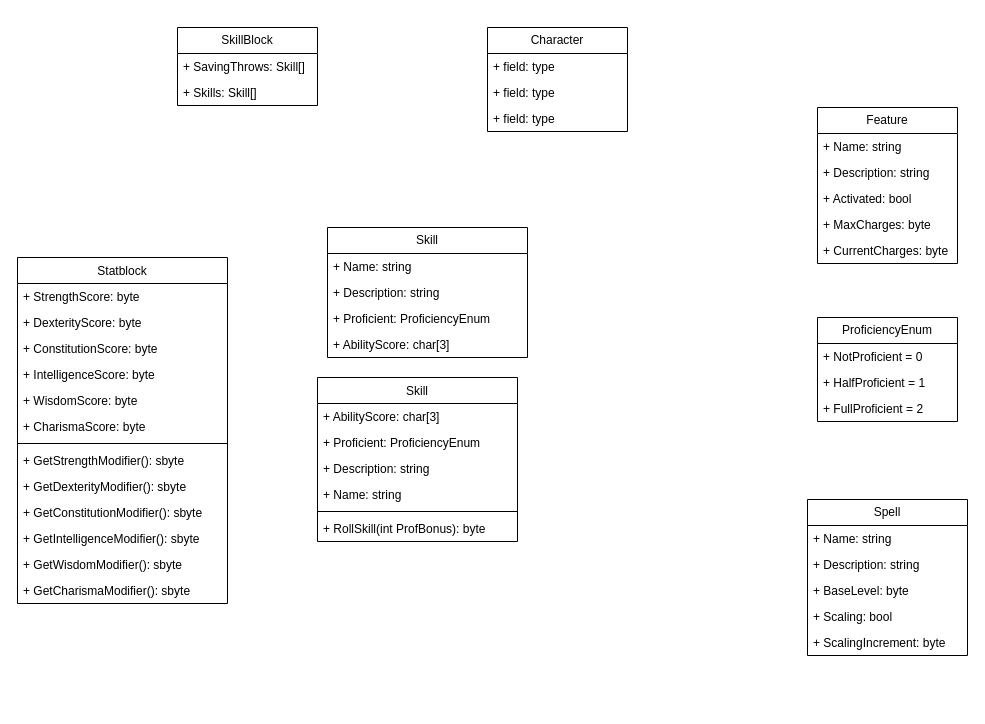
This is page "Character Model UML" (5 of 5) of Documentation/DiagramCollection.drawio from thedragonluvver/DnDCharacterManager, a draw.io file, before an edit. Source tidied: cells renumbered, new cells numbered last; positions are measured from the earlier drawing's top-left corner, leaving out a move shared by most shapes. Both pictures are drawn from the tidied source at 100%, with x=0, y=0 at pixel (17, 27).
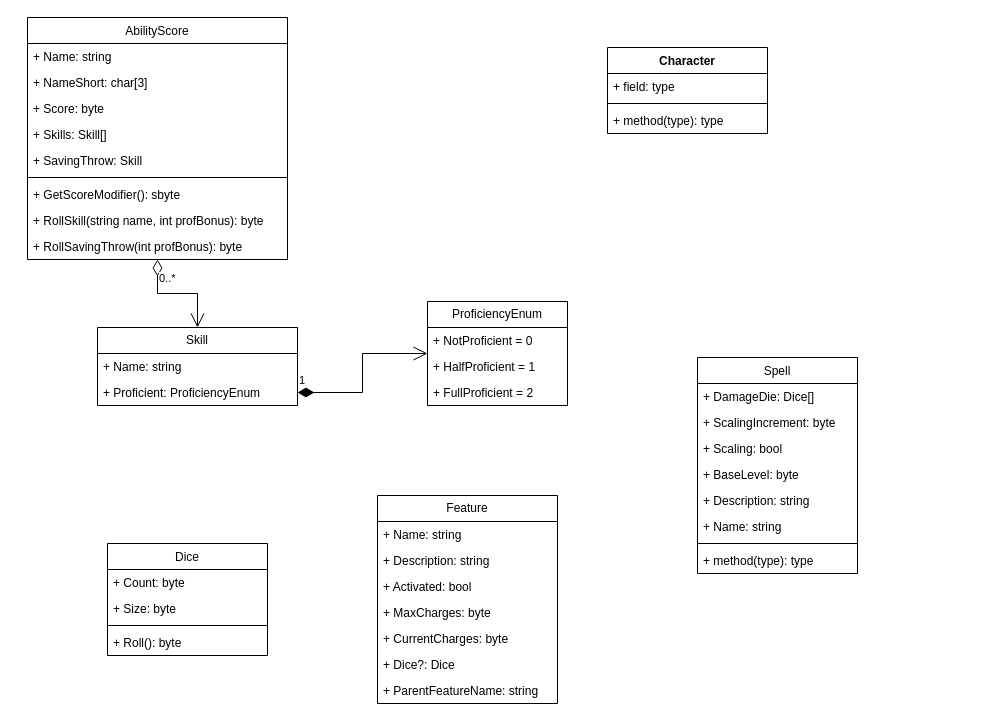
After the change.

Commit message:
modify feature, move skills into ability score object, create dice

What changed in the source:
```diff
@@
-    <mxCell id="2" value="Character" style="swimlane;fontStyle=0;horizontal=1;startSize=26;fillColor=none;whiteSpace=wrap;html=1;" parent="1" vertex="1">
-      <mxGeometry x="470" width="140" height="104" as="geometry" />
-    </mxCell>
-    <mxCell id="3" value="+ field: type" style="text;strokeColor=none;fillColor=none;align=left;verticalAlign=top;spacingLeft=4;spacingRight=4;overflow=hidden;whiteSpace=wrap;html=1;" parent="2" vertex="1">
-      <mxGeometry y="26" width="140" height="26" as="geometry" />
-    </mxCell>
-    <mxCell id="4" value="+ field: type" style="text;strokeColor=none;fillColor=none;align=left;verticalAlign=top;spacingLeft=4;spacingRight=4;overflow=hidden;whiteSpace=wrap;html=1;" parent="2" vertex="1">
-      <mxGeometry y="52" width="140" height="26" as="geometry" />
-    </mxCell>
-    <mxCell id="5" value="+ field: type" style="text;strokeColor=none;fillColor=none;align=left;verticalAlign=top;spacingLeft=4;spacingRight=4;overflow=hidden;whiteSpace=wrap;html=1;" parent="2" vertex="1">
-      <mxGeometry y="78" width="140" height="26" as="geometry" />
-    </mxCell>
     <mxCell id="6" value="Feature" style="swimlane;fontStyle=0;horizontal=1;startSize=26;fillColor=none;whiteSpace=wrap;html=1;" parent="1" vertex="1">
-      <mxGeometry x="800" y="80" width="140" height="156" as="geometry" />
+      <mxGeometry x="360" y="468" width="180" height="208" as="geometry" />
     </mxCell>
     <mxCell id="7" value="+ Name: string" style="text;strokeColor=none;fillColor=none;align=left;verticalAlign=top;spacingLeft=4;spacingRight=4;overflow=hidden;whiteSpace=wrap;html=1;" parent="6" vertex="1">
-      <mxGeometry y="26" width="140" height="26" as="geometry" />
+      <mxGeometry y="26" width="180" height="26" as="geometry" />
     </mxCell>
     <mxCell id="8" value="+ Description: string" style="text;strokeColor=none;fillColor=none;align=left;verticalAlign=top;spacingLeft=4;spacingRight=4;overflow=hidden;whiteSpace=wrap;html=1;" parent="6" vertex="1">
-      <mxGeometry y="52" width="140" height="26" as="geometry" />
+      <mxGeometry y="52" width="180" height="26" as="geometry" />
     </mxCell>
     <mxCell id="9" value="+ Activated: bool" style="text;strokeColor=none;fillColor=none;align=left;verticalAlign=top;spacingLeft=4;spacingRight=4;overflow=hidden;whiteSpace=wrap;html=1;" parent="6" vertex="1">
-      <mxGeometry y="78" width="140" height="26" as="geometry" />
+      <mxGeometry y="78" width="180" height="26" as="geometry" />
     </mxCell>
     <mxCell id="10" value="+ MaxCharges: byte" style="text;strokeColor=none;fillColor=none;align=left;verticalAlign=top;spacingLeft=4;spacingRight=4;overflow=hidden;whiteSpace=wrap;html=1;" parent="6" vertex="1">
-      <mxGeometry y="104" width="140" height="26" as="geometry" />
+      <mxGeometry y="104" width="180" height="26" as="geometry" />
     </mxCell>
     <mxCell id="11" value="+ CurrentCharges: byte" style="text;strokeColor=none;fillColor=none;align=left;verticalAlign=top;spacingLeft=4;spacingRight=4;overflow=hidden;whiteSpace=wrap;html=1;" parent="6" vertex="1">
-      <mxGeometry y="130" width="140" height="26" as="geometry" />
+      <mxGeometry y="130" width="180" height="26" as="geometry" />
     </mxCell>
-    <mxCell id="12" value="&lt;span style=&quot;font-weight: normal;&quot;&gt;Statblock&lt;/span&gt;" style="swimlane;fontStyle=1;align=center;verticalAlign=top;horizontal=1;startSize=26;whiteSpace=wrap;html=1;" parent="1" vertex="1">
-      <mxGeometry y="230" width="210" height="346" as="geometry" />
-    </mxCell>
-    <mxCell id="13" value="+ StrengthScore: byte" style="text;strokeColor=none;fillColor=none;align=left;verticalAlign=top;spacingLeft=4;spacingRight=4;overflow=hidden;whiteSpace=wrap;html=1;" parent="12" vertex="1">
-      <mxGeometry y="26" width="210" height="26" as="geometry" />
-    </mxCell>
-    <mxCell id="14" value="+ DexterityScore: byte" style="text;strokeColor=none;fillColor=none;align=left;verticalAlign=top;spacingLeft=4;spacingRight=4;overflow=hidden;whiteSpace=wrap;html=1;" parent="12" vertex="1">
-      <mxGeometry y="52" width="210" height="26" as="geometry" />
-    </mxCell>
-    <mxCell id="15" value="+ ConstitutionScore: byte" style="text;strokeColor=none;fillColor=none;align=left;verticalAlign=top;spacingLeft=4;spacingRight=4;overflow=hidden;whiteSpace=wrap;html=1;" parent="12" vertex="1">
-      <mxGeometry y="78" width="210" height="26" as="geometry" />
-    </mxCell>
-    <mxCell id="16" value="+ IntelligenceScore: byte" style="text;strokeColor=none;fillColor=none;align=left;verticalAlign=top;spacingLeft=4;spacingRight=4;overflow=hidden;whiteSpace=wrap;html=1;" parent="12" vertex="1">
-      <mxGeometry y="104" width="210" height="26" as="geometry" />
-    </mxCell>
-    <mxCell id="17" value="+ WisdomScore: byte" style="text;strokeColor=none;fillColor=none;align=left;verticalAlign=top;spacingLeft=4;spacingRight=4;overflow=hidden;whiteSpace=wrap;html=1;" parent="12" vertex="1">
-      <mxGeometry y="130" width="210" height="26" as="geometry" />
-    </mxCell>
-    <mxCell id="18" value="+ CharismaScore: byte" style="text;strokeColor=none;fillColor=none;align=left;verticalAlign=top;spacingLeft=4;spacingRight=4;overflow=hidden;whiteSpace=wrap;html=1;" parent="12" vertex="1">
-      <mxGeometry y="156" width="210" height="26" as="geometry" />
-    </mxCell>
-    <mxCell id="19" style="line;strokeWidth=1;fillColor=none;align=left;verticalAlign=middle;spacingTop=-1;spacingLeft=3;spacingRight=3;labelPosition=right;strokeColor=inherit;" parent="12" vertex="1">
-      <mxGeometry y="182" width="210" height="8" as="geometry" />
-    </mxCell>
-    <mxCell id="20" value="+ GetStrengthModifier(): sbyte" style="text;strokeColor=none;fillColor=none;align=left;verticalAlign=top;spacingLeft=4;spacingRight=4;overflow=hidden;whiteSpace=wrap;html=1;" parent="12" vertex="1">
-      <mxGeometry y="190" width="210" height="26" as="geometry" />
-    </mxCell>
-    <mxCell id="21" value="+ GetDexterityModifier(): sbyte" style="text;strokeColor=none;fillColor=none;align=left;verticalAlign=top;spacingLeft=4;spacingRight=4;overflow=hidden;whiteSpace=wrap;html=1;" parent="12" vertex="1">
-      <mxGeometry y="216" width="210" height="26" as="geometry" />
-    </mxCell>
-    <mxCell id="22" value="+ GetConstitutionModifier(): sbyte" style="text;strokeColor=none;fillColor=none;align=left;verticalAlign=top;spacingLeft=4;spacingRight=4;overflow=hidden;whiteSpace=wrap;html=1;" parent="12" vertex="1">
-      <mxGeometry y="242" width="210" height="26" as="geometry" />
-    </mxCell>
-    <mxCell id="23" value="+ GetIntelligenceModifier(): sbyte" style="text;strokeColor=none;fillColor=none;align=left;verticalAlign=top;spacingLeft=4;spacingRight=4;overflow=hidden;whiteSpace=wrap;html=1;" parent="12" vertex="1">
-      <mxGeometry y="268" width="210" height="26" as="geometry" />
-    </mxCell>
-    <mxCell id="24" value="+ GetWisdomModifier(): sbyte" style="text;strokeColor=none;fillColor=none;align=left;verticalAlign=top;spacingLeft=4;spacingRight=4;overflow=hidden;whiteSpace=wrap;html=1;" parent="12" vertex="1">
-      <mxGeometry y="294" width="210" height="26" as="geometry" />
-    </mxCell>
-    <mxCell id="25" value="+ GetCharismaModifier(): sbyte" style="text;strokeColor=none;fillColor=none;align=left;verticalAlign=top;spacingLeft=4;spacingRight=4;overflow=hidden;whiteSpace=wrap;html=1;" parent="12" vertex="1">
-      <mxGeometry y="320" width="210" height="26" as="geometry" />
-    </mxCell>
+    <mxCell id="51" value="+ Dice?: Dice" style="text;strokeColor=none;fillColor=none;align=left;verticalAlign=top;spacingLeft=4;spacingRight=4;overflow=hidden;whiteSpace=wrap;html=1;" parent="6" vertex="1">
+      <mxGeometry y="156" width="180" height="26" as="geometry" />
+    </mxCell>
+    <mxCell id="52" value="+ ParentFeatureName: string" style="text;strokeColor=none;fillColor=none;align=left;verticalAlign=top;spacingLeft=4;spacingRight=4;overflow=hidden;whiteSpace=wrap;html=1;" parent="6" vertex="1">
+      <mxGeometry y="182" width="180" height="26" as="geometry" />
+    </mxCell>
     <mxCell id="26" value="ProficiencyEnum" style="swimlane;fontStyle=0;horizontal=1;startSize=26;fillColor=none;whiteSpace=wrap;html=1;" parent="1" vertex="1">
-      <mxGeometry x="800" y="290" width="140" height="104" as="geometry" />
+      <mxGeometry x="410" y="274" width="140" height="104" as="geometry" />
     </mxCell>
@@
-    <mxCell id="30" value="Spell" style="swimlane;fontStyle=0;horizontal=1;startSize=26;fillColor=none;whiteSpace=wrap;html=1;" parent="1" vertex="1">
-      <mxGeometry x="790" y="472" width="160" height="156" as="geometry" />
-    </mxCell>
-    <mxCell id="31" value="+ Name: string" style="text;strokeColor=none;fillColor=none;align=left;verticalAlign=top;spacingLeft=4;spacingRight=4;overflow=hidden;whiteSpace=wrap;html=1;" parent="30" vertex="1">
-      <mxGeometry y="26" width="160" height="26" as="geometry" />
-    </mxCell>
-    <mxCell id="32" value="+ Description: string" style="text;strokeColor=none;fillColor=none;align=left;verticalAlign=top;spacingLeft=4;spacingRight=4;overflow=hidden;whiteSpace=wrap;html=1;" parent="30" vertex="1">
-      <mxGeometry y="52" width="160" height="26" as="geometry" />
-    </mxCell>
-    <mxCell id="33" value="+ BaseLevel: byte" style="text;strokeColor=none;fillColor=none;align=left;verticalAlign=top;spacingLeft=4;spacingRight=4;overflow=hidden;whiteSpace=wrap;html=1;" parent="30" vertex="1">
-      <mxGeometry y="78" width="160" height="26" as="geometry" />
-    </mxCell>
-    <mxCell id="34" value="+ Scaling: bool" style="text;strokeColor=none;fillColor=none;align=left;verticalAlign=top;spacingLeft=4;spacingRight=4;overflow=hidden;whiteSpace=wrap;html=1;" parent="30" vertex="1">
-      <mxGeometry y="104" width="160" height="26" as="geometry" />
-    </mxCell>
-    <mxCell id="35" value="+ ScalingIncrement: byte" style="text;strokeColor=none;fillColor=none;align=left;verticalAlign=top;spacingLeft=4;spacingRight=4;overflow=hidden;whiteSpace=wrap;html=1;" parent="30" vertex="1">
-      <mxGeometry y="130" width="160" height="26" as="geometry" />
-    </mxCell>
     <mxCell id="36" value="Skill" style="swimlane;fontStyle=0;horizontal=1;startSize=26;fillColor=none;whiteSpace=wrap;html=1;" parent="1" vertex="1">
-      <mxGeometry x="310" y="200" width="200" height="130" as="geometry" />
+      <mxGeometry x="80" y="300" width="200" height="78" as="geometry" />
     </mxCell>
@@
-    <mxCell id="38" value="+ Description: string" style="text;strokeColor=none;fillColor=none;align=left;verticalAlign=top;spacingLeft=4;spacingRight=4;overflow=hidden;whiteSpace=wrap;html=1;" parent="36" vertex="1">
-      <mxGeometry y="52" width="200" height="26" as="geometry" />
-    </mxCell>
     <mxCell id="39" value="+ Proficient: ProficiencyEnum" style="text;strokeColor=none;fillColor=none;align=left;verticalAlign=top;spacingLeft=4;spacingRight=4;overflow=hidden;points=[[0,0.5],[1,0.5]];portConstraint=eastwest;whiteSpace=wrap;html=1;" parent="36" vertex="1">
-      <mxGeometry y="78" width="200" height="26" as="geometry" />
+      <mxGeometry y="52" width="200" height="26" as="geometry" />
     </mxCell>
-    <mxCell id="40" value="+ AbilityScore: char[3]" style="text;strokeColor=none;fillColor=none;align=left;verticalAlign=top;spacingLeft=4;spacingRight=4;overflow=hidden;whiteSpace=wrap;html=1;" parent="36" vertex="1">
-      <mxGeometry y="104" width="200" height="26" as="geometry" />
-    </mxCell>
-    <mxCell id="41" value="SkillBlock" style="swimlane;fontStyle=0;horizontal=1;startSize=26;fillColor=none;whiteSpace=wrap;html=1;" parent="1" vertex="1">
-      <mxGeometry x="160" width="140" height="78" as="geometry" />
-    </mxCell>
-    <mxCell id="42" value="+ SavingThrows: Skill[]" style="text;strokeColor=none;fillColor=none;align=left;verticalAlign=top;spacingLeft=4;spacingRight=4;overflow=hidden;whiteSpace=wrap;html=1;" parent="41" vertex="1">
-      <mxGeometry y="26" width="140" height="26" as="geometry" />
-    </mxCell>
+    <mxCell id="53" value="&lt;span style=&quot;font-weight: normal;&quot;&gt;AbilityScore&lt;/span&gt;" style="swimlane;fontStyle=1;align=center;verticalAlign=top;horizontal=1;startSize=26;whiteSpace=wrap;html=1;" parent="1" vertex="1">
+      <mxGeometry x="10" y="-10" width="260" height="242" as="geometry" />
+    </mxCell>
+    <mxCell id="54" value="+ Name: string" style="text;strokeColor=none;fillColor=none;align=left;verticalAlign=top;spacingLeft=4;spacingRight=4;overflow=hidden;whiteSpace=wrap;html=1;" parent="53" vertex="1">
+      <mxGeometry y="26" width="260" height="26" as="geometry" />
+    </mxCell>
+    <mxCell id="55" value="+ NameShort: char[3]" style="text;strokeColor=none;fillColor=none;align=left;verticalAlign=top;spacingLeft=4;spacingRight=4;overflow=hidden;whiteSpace=wrap;html=1;" parent="53" vertex="1">
+      <mxGeometry y="52" width="260" height="26" as="geometry" />
+    </mxCell>
+    <mxCell id="56" value="+ Score: byte" style="text;strokeColor=none;fillColor=none;align=left;verticalAlign=top;spacingLeft=4;spacingRight=4;overflow=hidden;whiteSpace=wrap;html=1;" parent="53" vertex="1">
+      <mxGeometry y="78" width="260" height="26" as="geometry" />
+    </mxCell>
-    <mxCell id="43" value="+ Skills: Skill[]" style="text;strokeColor=none;fillColor=none;align=left;verticalAlign=top;spacingLeft=4;spacingRight=4;overflow=hidden;whiteSpace=wrap;html=1;" parent="41" vertex="1">
-      <mxGeometry y="52" width="140" height="26" as="geometry" />
+    <mxCell id="43" value="+ Skills: Skill[]" style="text;strokeColor=none;fillColor=none;align=left;verticalAlign=top;spacingLeft=4;spacingRight=4;overflow=hidden;whiteSpace=wrap;html=1;" parent="53" vertex="1">
+      <mxGeometry y="104" width="260" height="26" as="geometry" />
     </mxCell>
-    <mxCell id="44" value="&lt;span style=&quot;font-weight: normal;&quot;&gt;Skill&lt;/span&gt;" style="swimlane;fontStyle=1;align=center;verticalAlign=top;horizontal=1;startSize=26;whiteSpace=wrap;html=1;" parent="1" vertex="1">
-      <mxGeometry x="300" y="350" width="200" height="164" as="geometry" />
-    </mxCell>
-    <mxCell id="45" value="+ AbilityScore: char[3]" style="text;strokeColor=none;fillColor=none;align=left;verticalAlign=top;spacingLeft=4;spacingRight=4;overflow=hidden;whiteSpace=wrap;html=1;" parent="44" vertex="1">
-      <mxGeometry y="26" width="200" height="26" as="geometry" />
-    </mxCell>
-    <mxCell id="46" value="+ Proficient: ProficiencyEnum" style="text;strokeColor=none;fillColor=none;align=left;verticalAlign=top;spacingLeft=4;spacingRight=4;overflow=hidden;whiteSpace=wrap;html=1;" parent="44" vertex="1">
-      <mxGeometry y="52" width="200" height="26" as="geometry" />
-    </mxCell>
-    <mxCell id="47" value="+ Description: string" style="text;strokeColor=none;fillColor=none;align=left;verticalAlign=top;spacingLeft=4;spacingRight=4;overflow=hidden;whiteSpace=wrap;html=1;" parent="44" vertex="1">
-      <mxGeometry y="78" width="200" height="26" as="geometry" />
-    </mxCell>
-    <mxCell id="48" value="+ Name: string" style="text;strokeColor=none;fillColor=none;align=left;verticalAlign=top;spacingLeft=4;spacingRight=4;overflow=hidden;whiteSpace=wrap;html=1;" parent="44" vertex="1">
-      <mxGeometry y="104" width="200" height="26" as="geometry" />
-    </mxCell>
-    <mxCell id="49" style="line;strokeWidth=1;fillColor=none;align=left;verticalAlign=middle;spacingTop=-1;spacingLeft=3;spacingRight=3;labelPosition=right;strokeColor=inherit;" parent="44" vertex="1">
-      <mxGeometry y="130" width="200" height="8" as="geometry" />
-    </mxCell>
+    <mxCell id="57" value="+ SavingThrow: Skill" style="text;strokeColor=none;fillColor=none;align=left;verticalAlign=top;spacingLeft=4;spacingRight=4;overflow=hidden;whiteSpace=wrap;html=1;" parent="53" vertex="1">
+      <mxGeometry y="130" width="260" height="26" as="geometry" />
+    </mxCell>
+    <mxCell id="58" style="line;strokeWidth=1;fillColor=none;align=left;verticalAlign=middle;spacingTop=-1;spacingLeft=3;spacingRight=3;labelPosition=right;strokeColor=inherit;" parent="53" vertex="1">
+      <mxGeometry y="156" width="260" height="8" as="geometry" />
+    </mxCell>
+    <mxCell id="59" value="+ GetScoreModifier(): sbyte" style="text;strokeColor=none;fillColor=none;align=left;verticalAlign=top;spacingLeft=4;spacingRight=4;overflow=hidden;whiteSpace=wrap;html=1;" parent="53" vertex="1">
+      <mxGeometry y="164" width="260" height="26" as="geometry" />
+    </mxCell>
-    <mxCell id="50" value="+ RollSkill(int ProfBonus): byte" style="text;strokeColor=none;fillColor=none;align=left;verticalAlign=top;spacingLeft=4;spacingRight=4;overflow=hidden;whiteSpace=wrap;html=1;" parent="44" vertex="1">
-      <mxGeometry y="138" width="200" height="26" as="geometry" />
+    <mxCell id="50" value="+ RollSkill(string name, int profBonus): byte" style="text;strokeColor=none;fillColor=none;align=left;verticalAlign=top;spacingLeft=4;spacingRight=4;overflow=hidden;whiteSpace=wrap;html=1;" parent="53" vertex="1">
+      <mxGeometry y="190" width="260" height="26" as="geometry" />
     </mxCell>
+    <mxCell id="60" value="+ RollSavingThrow(int profBonus): byte" style="text;strokeColor=none;fillColor=none;align=left;verticalAlign=top;spacingLeft=4;spacingRight=4;overflow=hidden;whiteSpace=wrap;html=1;" parent="53" vertex="1">
+      <mxGeometry y="216" width="260" height="26" as="geometry" />
+    </mxCell>
+    <mxCell id="61" value="1" style="endArrow=open;html=1;endSize=12;startArrow=diamondThin;startSize=14;startFill=1;edgeStyle=orthogonalEdgeStyle;align=left;verticalAlign=bottom;rounded=0;" parent="1" edge="1" source="39" target="26">
+      <mxGeometry x="-1" y="3" relative="1" as="geometry" />
+    </mxCell>
+    <mxCell id="62" value="0..*" style="endArrow=open;html=1;endSize=12;startArrow=diamondThin;startSize=14;startFill=0;edgeStyle=orthogonalEdgeStyle;align=left;verticalAlign=bottom;rounded=0;" parent="1" edge="1" source="53" target="36">
+      <mxGeometry x="-0.49" relative="1" as="geometry" />
+    </mxCell>
+    <mxCell id="63" value="&lt;span style=&quot;font-weight: normal;&quot;&gt;Dice&lt;/span&gt;" style="swimlane;fontStyle=1;align=center;verticalAlign=top;horizontal=1;startSize=26;whiteSpace=wrap;html=1;" parent="1" vertex="1">
+      <mxGeometry x="90" y="516" width="160" height="112" as="geometry" />
+    </mxCell>
+    <mxCell id="64" value="+ Count: byte" style="text;strokeColor=none;fillColor=none;align=left;verticalAlign=top;spacingLeft=4;spacingRight=4;overflow=hidden;whiteSpace=wrap;html=1;" parent="63" vertex="1">
+      <mxGeometry y="26" width="160" height="26" as="geometry" />
+    </mxCell>
+    <mxCell id="65" value="+ Size: byte" style="text;strokeColor=none;fillColor=none;align=left;verticalAlign=top;spacingLeft=4;spacingRight=4;overflow=hidden;whiteSpace=wrap;html=1;" parent="63" vertex="1">
+      <mxGeometry y="52" width="160" height="26" as="geometry" />
+    </mxCell>
+    <mxCell id="66" style="line;strokeWidth=1;fillColor=none;align=left;verticalAlign=middle;spacingTop=-1;spacingLeft=3;spacingRight=3;labelPosition=right;strokeColor=inherit;" parent="63" vertex="1">
+      <mxGeometry y="78" width="160" height="8" as="geometry" />
+    </mxCell>
+    <mxCell id="67" value="+ Roll(): byte" style="text;strokeColor=none;fillColor=none;align=left;verticalAlign=top;spacingLeft=4;spacingRight=4;overflow=hidden;whiteSpace=wrap;html=1;" parent="63" vertex="1">
+      <mxGeometry y="86" width="160" height="26" as="geometry" />
+    </mxCell>
+    <mxCell id="30" value="&lt;span style=&quot;font-weight: normal;&quot;&gt;Spell&lt;/span&gt;" style="swimlane;fontStyle=1;align=center;verticalAlign=top;horizontal=1;startSize=26;whiteSpace=wrap;html=1;" parent="1" vertex="1">
+      <mxGeometry x="680" y="330" width="160" height="216" as="geometry" />
+    </mxCell>
+    <mxCell id="68" value="+ DamageDie: Dice[]" style="text;strokeColor=none;fillColor=none;align=left;verticalAlign=top;spacingLeft=4;spacingRight=4;overflow=hidden;whiteSpace=wrap;html=1;" parent="30" vertex="1">
+      <mxGeometry y="26" width="160" height="26" as="geometry" />
+    </mxCell>
+    <mxCell id="35" value="+ ScalingIncrement: byte" style="text;strokeColor=none;fillColor=none;align=left;verticalAlign=top;spacingLeft=4;spacingRight=4;overflow=hidden;whiteSpace=wrap;html=1;" parent="30" vertex="1">
+      <mxGeometry y="52" width="160" height="26" as="geometry" />
+    </mxCell>
+    <mxCell id="34" value="+ Scaling: bool" style="text;strokeColor=none;fillColor=none;align=left;verticalAlign=top;spacingLeft=4;spacingRight=4;overflow=hidden;whiteSpace=wrap;html=1;" parent="30" vertex="1">
+      <mxGeometry y="78" width="160" height="26" as="geometry" />
+    </mxCell>
+    <mxCell id="33" value="+ BaseLevel: byte" style="text;strokeColor=none;fillColor=none;align=left;verticalAlign=top;spacingLeft=4;spacingRight=4;overflow=hidden;whiteSpace=wrap;html=1;" parent="30" vertex="1">
+      <mxGeometry y="104" width="160" height="26" as="geometry" />
+    </mxCell>
+    <mxCell id="69" value="+ Description: string" style="text;strokeColor=none;fillColor=none;align=left;verticalAlign=top;spacingLeft=4;spacingRight=4;overflow=hidden;whiteSpace=wrap;html=1;" parent="30" vertex="1">
+      <mxGeometry y="130" width="160" height="26" as="geometry" />
+    </mxCell>
+    <mxCell id="70" value="+ Name: string" style="text;strokeColor=none;fillColor=none;align=left;verticalAlign=top;spacingLeft=4;spacingRight=4;overflow=hidden;whiteSpace=wrap;html=1;" parent="30" vertex="1">
+      <mxGeometry y="156" width="160" height="26" as="geometry" />
+    </mxCell>
+    <mxCell id="71" style="line;strokeWidth=1;fillColor=none;align=left;verticalAlign=middle;spacingTop=-1;spacingLeft=3;spacingRight=3;labelPosition=right;strokeColor=inherit;" parent="30" vertex="1">
+      <mxGeometry y="182" width="160" height="8" as="geometry" />
+    </mxCell>
+    <mxCell id="72" value="+ method(type): type" style="text;strokeColor=none;fillColor=none;align=left;verticalAlign=top;spacingLeft=4;spacingRight=4;overflow=hidden;whiteSpace=wrap;html=1;" parent="30" vertex="1">
+      <mxGeometry y="190" width="160" height="26" as="geometry" />
+    </mxCell>
+    <mxCell id="2" value="Character" style="swimlane;fontStyle=1;align=center;verticalAlign=top;horizontal=1;startSize=26;whiteSpace=wrap;html=1;" parent="1" vertex="1">
+      <mxGeometry x="590" y="20" width="160" height="86" as="geometry" />
+    </mxCell>
+    <mxCell id="73" value="+ field: type" style="text;strokeColor=none;fillColor=none;align=left;verticalAlign=top;spacingLeft=4;spacingRight=4;overflow=hidden;whiteSpace=wrap;html=1;" parent="2" vertex="1">
+      <mxGeometry y="26" width="160" height="26" as="geometry" />
+    </mxCell>
+    <mxCell id="74" style="line;strokeWidth=1;fillColor=none;align=left;verticalAlign=middle;spacingTop=-1;spacingLeft=3;spacingRight=3;labelPosition=right;strokeColor=inherit;" parent="2" vertex="1">
+      <mxGeometry y="52" width="160" height="8" as="geometry" />
+    </mxCell>
+    <mxCell id="75" value="+ method(type): type" style="text;strokeColor=none;fillColor=none;align=left;verticalAlign=top;spacingLeft=4;spacingRight=4;overflow=hidden;whiteSpace=wrap;html=1;" parent="2" vertex="1">
+      <mxGeometry y="60" width="160" height="26" as="geometry" />
+    </mxCell>
```
